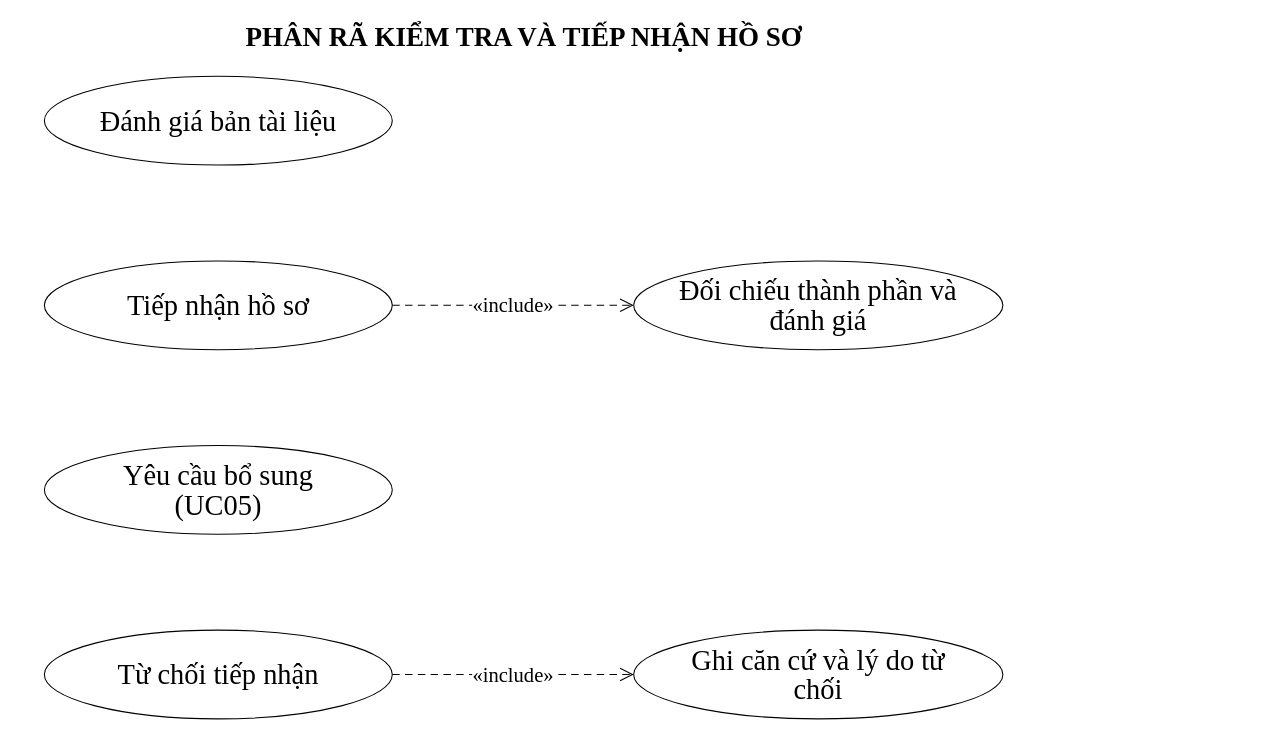
The draw.io diagram 03_So_do_Drawio/02_Use_Case/Hinh_2_04_Phan_ra_UC03_Kiem_tra_va_tiep_nhan_ho_so.drawio in truonggiabao24072005-stack/CIV-01-Cong-Mot-Cua, before the edit. Source tidied: cells renumbered, new cells numbered last; positions are measured from the earlier drawing's top-left corner, leaving out a move shared by most shapes. Both pictures are drawn from the tidied source at 71%, with x=0, y=0 at pixel (16, 14).
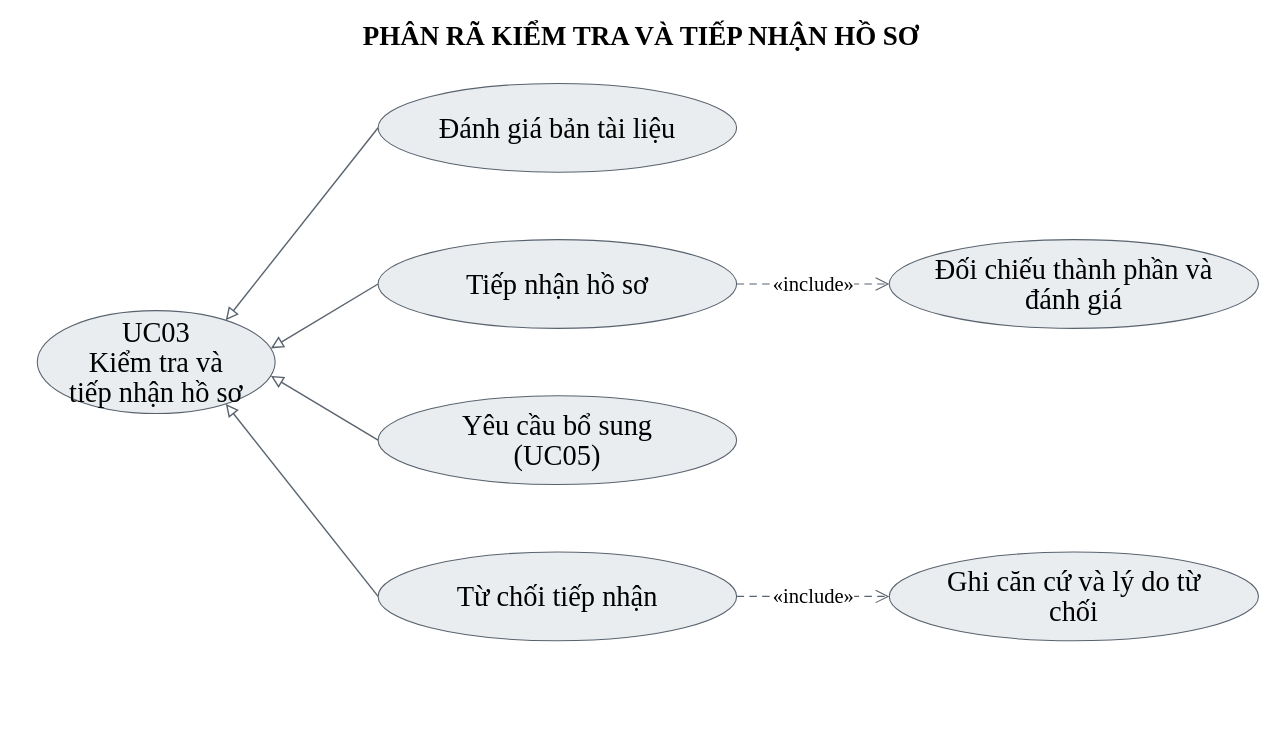
After the change.

Change to the diagram source:
```diff
@@
 <mxGraphModel>
   <root>
     <mxCell id="0" />
     <mxCell id="1" parent="0" />
     <mxCell id="2" value="PHÂN RÃ KIỂM TRA VÀ TIẾP NHẬN HỒ SƠ" style="text;html=1;align=center;verticalAlign=middle;fontFamily=Times New Roman;fontSize=38;fontStyle=1;fontColor=#000000;strokeColor=none;fillColor=none;" parent="1" vertex="1">
-      <mxGeometry width="1430" height="64" as="geometry" />
+      <mxGeometry x="-5" y="-3" width="1770" height="65" as="geometry" />
     </mxCell>
-    <mxCell id="3" value="&lt;div style=&quot;line-height:1.05;&quot;&gt;Đánh giá bản tài liệu&lt;/div&gt;" style="ellipse;whiteSpace=wrap;html=1;spacing=10;fontStyle=0;fillColor=#FFFFFF;strokeColor=#000000;strokeWidth=1.5;fontColor=#000000;fontFamily=Times New Roman;fontSize=40;" parent="1" vertex="1">
-      <mxGeometry x="40" y="87" width="490" height="125" as="geometry" />
+    <mxCell id="3" value="&lt;div style=&quot;line-height:1.05;&quot;&gt;Đánh giá bản tài liệu&lt;/div&gt;" style="ellipse;whiteSpace=wrap;html=1;spacing=10;fontStyle=0;fillColor=#E9EDF0;strokeColor=#59636E;strokeWidth=1.5;fontColor=#000000;fontFamily=Times New Roman;fontSize=40;" parent="1" vertex="1">
+      <mxGeometry x="510" y="97" width="505" height="125" as="geometry" />
     </mxCell>
-    <mxCell id="4" value="&lt;div style=&quot;line-height:1.05;&quot;&gt;Tiếp nhận hồ sơ&lt;/div&gt;" style="ellipse;whiteSpace=wrap;html=1;spacing=10;fontStyle=0;fillColor=#FFFFFF;strokeColor=#000000;strokeWidth=1.5;fontColor=#000000;fontFamily=Times New Roman;fontSize=40;" parent="1" vertex="1">
-      <mxGeometry x="40" y="347" width="490" height="125" as="geometry" />
+    <mxCell id="4" value="&lt;div style=&quot;line-height:1.05;&quot;&gt;Tiếp nhận hồ sơ&lt;/div&gt;" style="ellipse;whiteSpace=wrap;html=1;spacing=10;fontStyle=0;fillColor=#E9EDF0;strokeColor=#59636E;strokeWidth=1.5;fontColor=#000000;fontFamily=Times New Roman;fontSize=40;" parent="1" vertex="1">
+      <mxGeometry x="510" y="317" width="505" height="125" as="geometry" />
     </mxCell>
-    <mxCell id="5" value="&lt;div style=&quot;line-height:1.05;&quot;&gt;Yêu cầu bổ sung&lt;br&gt;(UC05)&lt;/div&gt;" style="ellipse;whiteSpace=wrap;html=1;spacing=10;fontStyle=0;fillColor=#FFFFFF;strokeColor=#000000;strokeWidth=1.5;fontColor=#000000;fontFamily=Times New Roman;fontSize=40;" parent="1" vertex="1">
-      <mxGeometry x="40" y="607" width="490" height="125" as="geometry" />
+    <mxCell id="5" value="&lt;div style=&quot;line-height:1.05;&quot;&gt;Yêu cầu bổ sung&lt;br&gt;(UC05)&lt;/div&gt;" style="ellipse;whiteSpace=wrap;html=1;spacing=10;fontStyle=0;fillColor=#E9EDF0;strokeColor=#59636E;strokeWidth=1.5;fontColor=#000000;fontFamily=Times New Roman;fontSize=40;" parent="1" vertex="1">
+      <mxGeometry x="510" y="537" width="505" height="125" as="geometry" />
     </mxCell>
-    <mxCell id="6" value="&lt;div style=&quot;line-height:1.05;&quot;&gt;Từ chối tiếp nhận&lt;/div&gt;" style="ellipse;whiteSpace=wrap;html=1;spacing=10;fontStyle=0;fillColor=#FFFFFF;strokeColor=#000000;strokeWidth=1.5;fontColor=#000000;fontFamily=Times New Roman;fontSize=40;" parent="1" vertex="1">
-      <mxGeometry x="40" y="867" width="490" height="125" as="geometry" />
+    <mxCell id="6" value="&lt;div style=&quot;line-height:1.05;&quot;&gt;Từ chối tiếp nhận&lt;/div&gt;" style="ellipse;whiteSpace=wrap;html=1;spacing=10;fontStyle=0;fillColor=#E9EDF0;strokeColor=#59636E;strokeWidth=1.5;fontColor=#000000;fontFamily=Times New Roman;fontSize=40;" parent="1" vertex="1">
+      <mxGeometry x="510" y="757" width="505" height="125" as="geometry" />
     </mxCell>
-    <mxCell id="7" value="&lt;div style=&quot;line-height:1.05;&quot;&gt;Đối chiếu thành phần và&lt;br&gt;đánh giá&lt;/div&gt;" style="ellipse;whiteSpace=wrap;html=1;spacing=10;fontStyle=0;fillColor=#FFFFFF;strokeColor=#000000;strokeWidth=1.5;fontColor=#000000;fontFamily=Times New Roman;fontSize=40;" parent="1" vertex="1">
-      <mxGeometry x="870" y="347" width="520" height="125" as="geometry" />
+    <mxCell id="7" value="&lt;div style=&quot;line-height:1.05;&quot;&gt;Đối chiếu thành phần và&lt;br&gt;đánh giá&lt;/div&gt;" style="ellipse;whiteSpace=wrap;html=1;spacing=10;fontStyle=0;fillColor=#E9EDF0;strokeColor=#59636E;strokeWidth=1.5;fontColor=#000000;fontFamily=Times New Roman;fontSize=40;" parent="1" vertex="1">
+      <mxGeometry x="1230" y="317" width="520" height="125" as="geometry" />
     </mxCell>
-    <mxCell id="8" value="&lt;div style=&quot;line-height:1.05;&quot;&gt;Ghi căn cứ và lý do từ&lt;br&gt;chối&lt;/div&gt;" style="ellipse;whiteSpace=wrap;html=1;spacing=10;fontStyle=0;fillColor=#FFFFFF;strokeColor=#000000;strokeWidth=1.5;fontColor=#000000;fontFamily=Times New Roman;fontSize=40;" parent="1" vertex="1">
-      <mxGeometry x="870" y="867" width="520" height="125" as="geometry" />
+    <mxCell id="8" value="&lt;div style=&quot;line-height:1.05;&quot;&gt;Ghi căn cứ và lý do từ&lt;br&gt;chối&lt;/div&gt;" style="ellipse;whiteSpace=wrap;html=1;spacing=10;fontStyle=0;fillColor=#E9EDF0;strokeColor=#59636E;strokeWidth=1.5;fontColor=#000000;fontFamily=Times New Roman;fontSize=40;" parent="1" vertex="1">
+      <mxGeometry x="1230" y="757" width="520" height="125" as="geometry" />
     </mxCell>
-    <mxCell id="9" value="&lt;div style=&quot;line-height:1.05;&quot;&gt;«include»&lt;/div&gt;" style="html=1;rounded=0;endArrow=open;endSize=16;endFill=0;startArrow=none;dashed=1;dashPattern=7 5;strokeWidth=1.5;strokeColor=#000000;exitX=1.000000;exitY=0.500000;entryX=0.000000;entryY=0.500000;exitPerimeter=0;entryPerimeter=0;labelWidth=135;fontSize=29;fontFamily=Times New Roman;fontColor=#000000;labelBackgroundColor=#FFFFFF;" parent="1" edge="1" source="4" target="7">
+    <mxCell id="9" value="&lt;div style=&quot;line-height:1.05;&quot;&gt;«include»&lt;/div&gt;" style="html=1;rounded=0;endArrow=open;endSize=16;endFill=0;startArrow=none;dashed=1;dashPattern=7 5;strokeWidth=1.5;strokeColor=#59636E;exitX=1.000000;exitY=0.500000;entryX=0.000000;entryY=0.500000;exitPerimeter=0;entryPerimeter=0;labelWidth=135;fontSize=29;fontFamily=Times New Roman;fontColor=#000000;labelBackgroundColor=#FFFFFF;exitX=1;exitY=0.5;entryX=0;entryY=0.5;" parent="1" edge="1" source="4" target="7">
       <mxGeometry relative="1" as="geometry" />
     </mxCell>
-    <mxCell id="10" value="&lt;div style=&quot;line-height:1.05;&quot;&gt;«include»&lt;/div&gt;" style="html=1;rounded=0;endArrow=open;endSize=16;endFill=0;startArrow=none;dashed=1;dashPattern=7 5;strokeWidth=1.5;strokeColor=#000000;exitX=1.000000;exitY=0.500000;entryX=0.000000;entryY=0.500000;exitPerimeter=0;entryPerimeter=0;labelWidth=135;fontSize=29;fontFamily=Times New Roman;fontColor=#000000;labelBackgroundColor=#FFFFFF;" parent="1" edge="1" source="6" target="8">
+    <mxCell id="10" value="&lt;div style=&quot;line-height:1.05;&quot;&gt;«include»&lt;/div&gt;" style="html=1;rounded=0;endArrow=open;endSize=16;endFill=0;startArrow=none;dashed=1;dashPattern=7 5;strokeWidth=1.5;strokeColor=#59636E;exitX=1.000000;exitY=0.500000;entryX=0.000000;entryY=0.500000;exitPerimeter=0;entryPerimeter=0;labelWidth=135;fontSize=29;fontFamily=Times New Roman;fontColor=#000000;labelBackgroundColor=#FFFFFF;exitX=1;exitY=0.5;entryX=0;entryY=0.5;" parent="1" edge="1" source="6" target="8">
       <mxGeometry relative="1" as="geometry" />
     </mxCell>
+    <mxCell id="11" value="&lt;div style=&quot;line-height:1.05;&quot;&gt;UC03&lt;br&gt;Kiểm tra và&lt;br&gt;tiếp nhận hồ sơ&lt;/div&gt;" style="ellipse;whiteSpace=wrap;html=1;spacing=10;fontStyle=0;fillColor=#E9EDF0;strokeColor=#59636E;strokeWidth=1.5;fontColor=#000000;fontFamily=Times New Roman;fontSize=40;" parent="1" vertex="1">
+      <mxGeometry x="30" y="417" width="335" height="145" as="geometry" />
+    </mxCell>
+    <mxCell id="12" style="edgeStyle=none;html=1;strokeColor=#59636E;strokeWidth=2;endArrow=block;endFill=0;endSize=13;exitX=0;exitY=0.5;entryX=0.8;entryY=0.08;" parent="1" edge="1" source="3" target="11">
+      <mxGeometry relative="1" as="geometry" />
+    </mxCell>
+    <mxCell id="13" style="edgeStyle=none;html=1;strokeColor=#59636E;strokeWidth=2;endArrow=block;endFill=0;endSize=13;exitX=0;exitY=0.5;entryX=1;entryY=0.36000000000000004;" parent="1" edge="1" source="4" target="11">
+      <mxGeometry relative="1" as="geometry" />
+    </mxCell>
+    <mxCell id="14" style="edgeStyle=none;html=1;strokeColor=#59636E;strokeWidth=2;endArrow=block;endFill=0;endSize=13;exitX=0;exitY=0.5;entryX=1;entryY=0.64;" parent="1" edge="1" source="5" target="11">
+      <mxGeometry relative="1" as="geometry" />
+    </mxCell>
+    <mxCell id="15" style="edgeStyle=none;html=1;strokeColor=#59636E;strokeWidth=2;endArrow=block;endFill=0;endSize=13;exitX=0;exitY=0.5;entryX=0.8;entryY=0.92;" parent="1" edge="1" source="6" target="11">
+      <mxGeometry relative="1" as="geometry" />
+    </mxCell>
   </root>
 </mxGraphModel>
```
